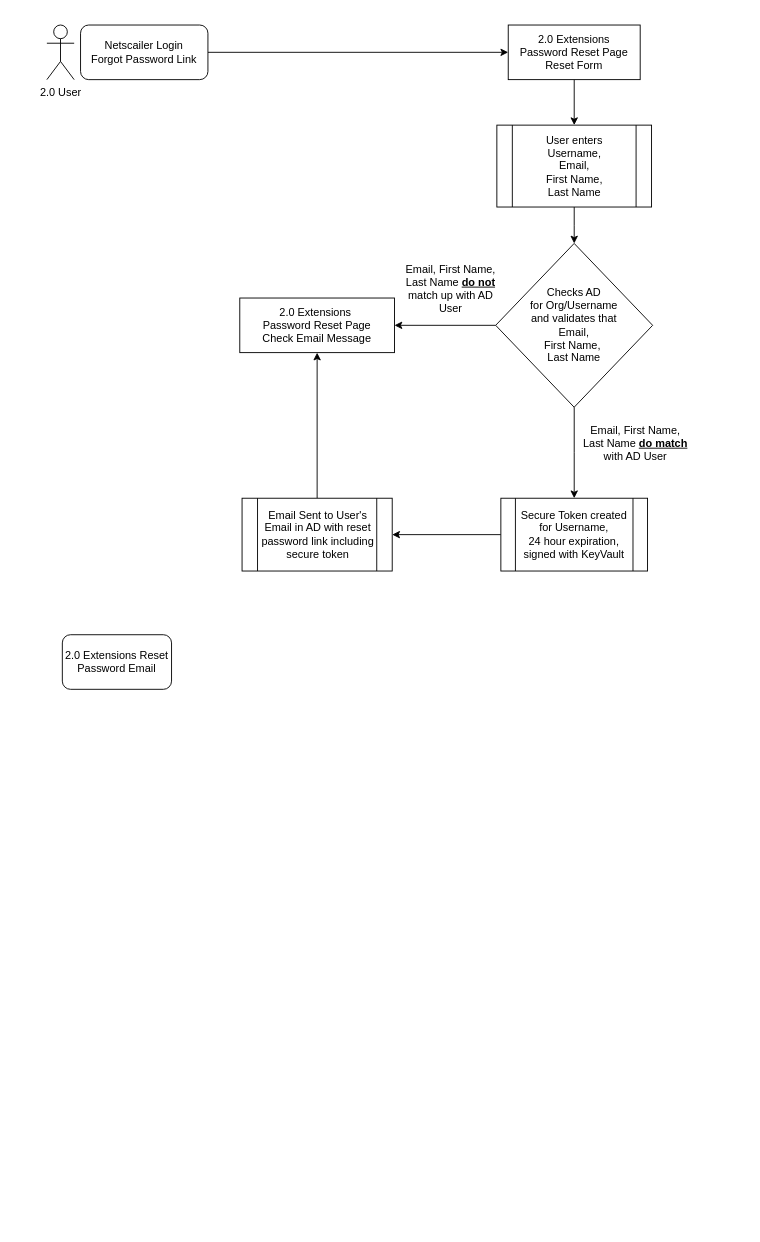
This is Untitled Diagram.drawio from rgmoore/drawio, a draw.io file, before an edit. Source tidied: cells renumbered, new cells numbered last; positions are measured from the earlier drawing's top-left corner, leaving out a move shared by most shapes. Both pictures are drawn from the tidied source at 91%, with x=0, y=0 at pixel (46, 25).
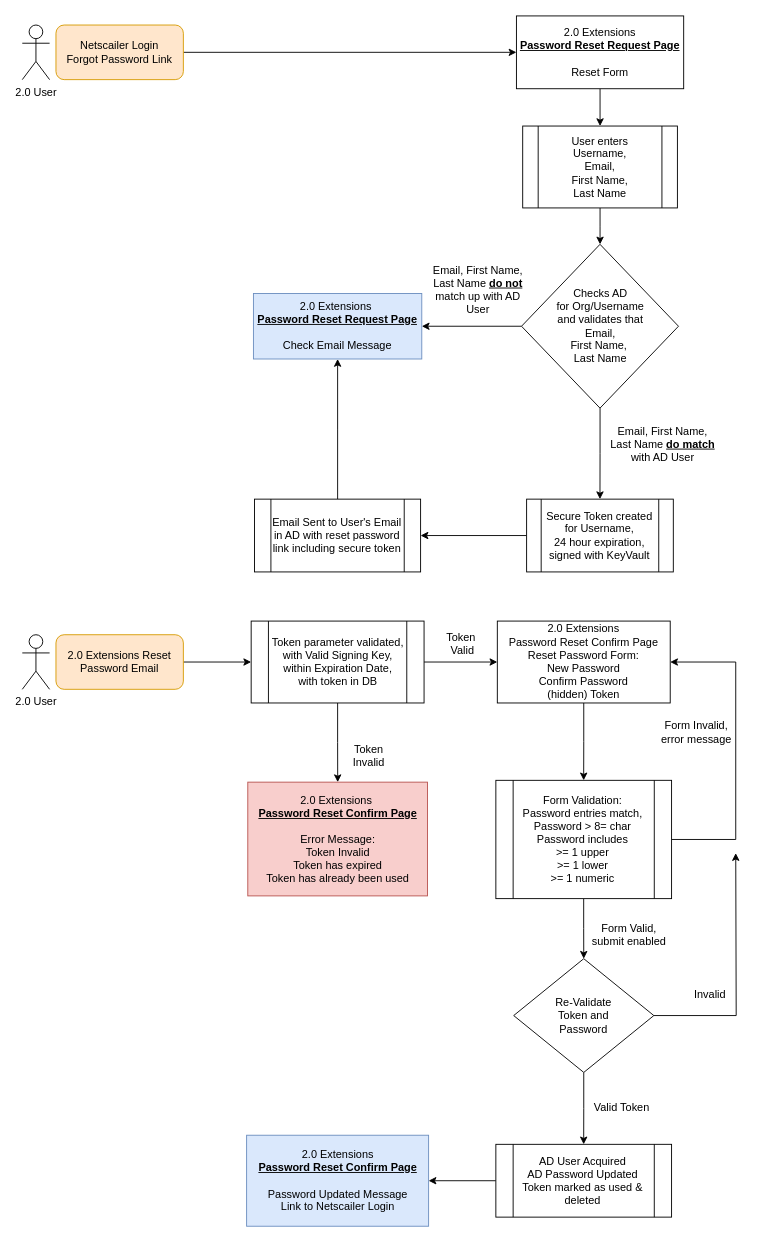
The same page after the edit.

Change to the diagram source:
```diff
@@
-    <mxCell id="3" value="Netscailer Login&lt;br&gt;Forgot Password Link" style="rounded=1;whiteSpace=wrap;html=1;" parent="1" vertex="1">
-      <mxGeometry x="37" width="140" height="60" as="geometry" />
+    <mxCell id="3" value="Netscailer Login&lt;br&gt;Forgot Password Link" style="rounded=1;whiteSpace=wrap;html=1;fillColor=#ffe6cc;strokeColor=#d79b00;" parent="1" vertex="1">
+      <mxGeometry x="10" width="140" height="60" as="geometry" />
     </mxCell>
@@
-    <mxCell id="5" value="2.0 Extensions &lt;br&gt;Password Reset Page&lt;br&gt;Reset Form" style="rounded=0;whiteSpace=wrap;html=1;" parent="1" vertex="1">
-      <mxGeometry x="507" width="145" height="60" as="geometry" />
+    <mxCell id="5" value="2.0 Extensions &lt;br&gt;&lt;b&gt;&lt;u&gt;Password Reset Request Page&lt;br&gt;&lt;/u&gt;&lt;/b&gt;&lt;br&gt;Reset Form" style="rounded=0;whiteSpace=wrap;html=1;" parent="1" vertex="1">
+      <mxGeometry x="516" y="-10" width="183.8" height="80" as="geometry" />
     </mxCell>
@@
     <mxCell id="7" value="User enters &lt;br&gt;Username, &lt;br&gt;Email, &lt;br&gt;First Name, &lt;br&gt;Last Name" style="shape=process;whiteSpace=wrap;html=1;backgroundOutline=1;" parent="1" vertex="1">
-      <mxGeometry x="494.5" y="110" width="170" height="90" as="geometry" />
+      <mxGeometry x="522.9" y="111" width="170" height="90" as="geometry" />
     </mxCell>
@@
     <mxCell id="10" value="Checks AD &lt;br&gt;for Org/Username &lt;br&gt;and validates that &lt;br&gt;Email, &lt;br&gt;First Name,&amp;nbsp;&lt;br&gt;Last Name" style="rhombus;whiteSpace=wrap;html=1;" parent="1" vertex="1">
-      <mxGeometry x="493.2" y="240" width="172.5" height="180" as="geometry" />
+      <mxGeometry x="521.6" y="241" width="172.5" height="180" as="geometry" />
     </mxCell>
     <mxCell id="11" value="2.0 User" style="shape=umlActor;verticalLabelPosition=bottom;labelBackgroundColor=#ffffff;verticalAlign=top;html=1;" parent="1" vertex="1">
-      <mxGeometry width="30" height="60" as="geometry" />
+      <mxGeometry x="-27" width="30" height="60" as="geometry" />
     </mxCell>
-    <mxCell id="12" value="2.0 Extensions&amp;nbsp;&lt;br&gt;Password Reset Page&lt;br&gt;Check Email Message" style="rounded=0;whiteSpace=wrap;html=1;" parent="1" vertex="1">
-      <mxGeometry x="212" y="300" width="170" height="60" as="geometry" />
+    <mxCell id="12" value="2.0 Extensions&amp;nbsp;&lt;br&gt;&lt;b&gt;&lt;u&gt;Password Reset Request Page&lt;br&gt;&lt;/u&gt;&lt;/b&gt;&lt;br&gt;Check Email Message" style="rounded=0;whiteSpace=wrap;html=1;fillColor=#dae8fc;strokeColor=#6c8ebf;" parent="1" vertex="1">
+      <mxGeometry x="227" y="295" width="185" height="72" as="geometry" />
     </mxCell>
@@
     <mxCell id="14" value="Secure Token created for Username,&lt;br&gt;24 hour expiration,&lt;br&gt;signed with KeyVault" style="shape=process;whiteSpace=wrap;html=1;backgroundOutline=1;" parent="1" vertex="1">
-      <mxGeometry x="498.9" y="520" width="161.2" height="80" as="geometry" />
+      <mxGeometry x="527.2" y="521" width="161.2" height="80" as="geometry" />
     </mxCell>
     <mxCell id="15" value="Email, First Name, Last Name &lt;b&gt;&lt;u&gt;do&amp;nbsp;match &lt;/u&gt;&lt;/b&gt;with AD User" style="text;html=1;strokeColor=none;fillColor=none;align=center;verticalAlign=middle;whiteSpace=wrap;rounded=0;" parent="1" vertex="1">
-      <mxGeometry x="587" y="450" width="120" height="20" as="geometry" />
+      <mxGeometry x="617" y="451" width="120" height="20" as="geometry" />
     </mxCell>
     <mxCell id="16" value="Email, First Name, Last Name &lt;b&gt;&lt;u&gt;do not&lt;/u&gt;&lt;/b&gt; match up with AD User" style="text;html=1;strokeColor=none;fillColor=none;align=center;verticalAlign=middle;whiteSpace=wrap;rounded=0;" parent="1" vertex="1">
-      <mxGeometry x="388.9" y="280" width="110" height="20" as="geometry" />
+      <mxGeometry x="418.9" y="281" width="110" height="20" as="geometry" />
     </mxCell>
+    <mxCell id="20" style="edgeStyle=orthogonalEdgeStyle;rounded=0;jettySize=auto;html=1;" parent="1" edge="1" source="17" target="24">
+      <mxGeometry relative="1" as="geometry" />
+    </mxCell>
-    <mxCell id="17" value="2.0 Extensions Reset Password Email" style="rounded=1;whiteSpace=wrap;html=1;" parent="1" vertex="1">
-      <mxGeometry x="17" y="670" width="120" height="60" as="geometry" />
+    <mxCell id="17" value="2.0 Extensions Reset Password Email" style="rounded=1;whiteSpace=wrap;html=1;fillColor=#ffe6cc;strokeColor=#d79b00;" parent="1" vertex="1">
+      <mxGeometry x="10" y="670" width="140" height="60" as="geometry" />
     </mxCell>
@@
     <mxCell id="19" value="Email Sent to User's Email in AD with reset password link including secure token" style="shape=process;whiteSpace=wrap;html=1;backgroundOutline=1;" parent="1" vertex="1">
-      <mxGeometry x="214.5" y="520" width="165" height="80" as="geometry" />
+      <mxGeometry x="228.2" y="521" width="182.5" height="80" as="geometry" />
     </mxCell>
+    <mxCell id="21" value="2.0 User" style="shape=umlActor;verticalLabelPosition=bottom;labelBackgroundColor=#ffffff;verticalAlign=top;html=1;" parent="1" vertex="1">
+      <mxGeometry x="-27" y="670" width="30" height="60" as="geometry" />
+    </mxCell>
+    <mxCell id="22" style="edgeStyle=orthogonalEdgeStyle;rounded=0;jettySize=auto;html=1;" parent="1" edge="1" source="24" target="27">
+      <mxGeometry relative="1" as="geometry" />
+    </mxCell>
+    <mxCell id="23" style="edgeStyle=orthogonalEdgeStyle;rounded=0;jettySize=auto;html=1;entryX=0;entryY=0.5;entryDx=0;entryDy=0;" parent="1" edge="1" source="24" target="26">
+      <mxGeometry relative="1" as="geometry" />
+    </mxCell>
+    <mxCell id="24" value="Token parameter validated,&lt;br&gt;with Valid Signing Key,&lt;br&gt;within Expiration Date,&lt;br&gt;with token in DB" style="shape=process;whiteSpace=wrap;html=1;backgroundOutline=1;" parent="1" vertex="1">
+      <mxGeometry x="224.5" y="655" width="190" height="90" as="geometry" />
+    </mxCell>
+    <mxCell id="25" style="edgeStyle=orthogonalEdgeStyle;rounded=0;jettySize=auto;html=1;" parent="1" edge="1" source="26" target="36">
+      <mxGeometry relative="1" as="geometry" />
+    </mxCell>
+    <mxCell id="26" value="2.0 Extensions&lt;br&gt;Password Reset Confirm Page&lt;br&gt;Reset Password Form:&lt;br&gt;New Password&lt;br&gt;Confirm Password&lt;br&gt;(hidden) Token" style="rounded=0;whiteSpace=wrap;html=1;" parent="1" vertex="1">
+      <mxGeometry x="495" y="655" width="190" height="90" as="geometry" />
+    </mxCell>
+    <mxCell id="27" value="2.0 Extensions&amp;nbsp;&lt;br&gt;&lt;b&gt;&lt;u&gt;Password Reset Confirm Page&lt;br&gt;&lt;/u&gt;&lt;/b&gt;&lt;br&gt;Error Message:&lt;br&gt;Token Invalid&lt;br&gt;Token has expired&lt;br&gt;Token has already been used" style="rounded=0;whiteSpace=wrap;html=1;fillColor=#f8cecc;strokeColor=#b85450;" parent="1" vertex="1">
+      <mxGeometry x="220.8" y="832" width="197.5" height="125" as="geometry" />
+    </mxCell>
+    <mxCell id="28" value="Token Invalid" style="text;html=1;strokeColor=none;fillColor=none;align=center;verticalAlign=middle;whiteSpace=wrap;rounded=0;" parent="1" vertex="1">
+      <mxGeometry x="334" y="793" width="40" height="20" as="geometry" />
+    </mxCell>
+    <mxCell id="29" value="Token&amp;nbsp;&lt;br&gt;Valid" style="text;html=1;strokeColor=none;fillColor=none;align=center;verticalAlign=middle;whiteSpace=wrap;rounded=0;" parent="1" vertex="1">
+      <mxGeometry x="437" y="670" width="40" height="20" as="geometry" />
+    </mxCell>
+    <mxCell id="30" style="edgeStyle=orthogonalEdgeStyle;rounded=0;jettySize=auto;html=1;" parent="1" edge="1" source="42">
+      <mxGeometry relative="1" as="geometry">
+        <mxPoint x="757" y="910" as="targetPoint" />
+      </mxGeometry>
+    </mxCell>
+    <mxCell id="31" style="edgeStyle=orthogonalEdgeStyle;rounded=0;jettySize=auto;html=1;" parent="1" edge="1" source="42" target="33">
+      <mxGeometry relative="1" as="geometry" />
+    </mxCell>
+    <mxCell id="32" style="edgeStyle=orthogonalEdgeStyle;rounded=0;jettySize=auto;html=1;" parent="1" edge="1" source="33" target="41">
+      <mxGeometry relative="1" as="geometry" />
+    </mxCell>
+    <mxCell id="33" value="AD User Acquired&lt;br&gt;AD Password Updated&lt;br&gt;Token marked as used &amp;amp; deleted" style="shape=process;whiteSpace=wrap;html=1;backgroundOutline=1;" parent="1" vertex="1">
+      <mxGeometry x="493.4" y="1230" width="193.1" height="80" as="geometry" />
+    </mxCell>
+    <mxCell id="34" style="edgeStyle=orthogonalEdgeStyle;rounded=0;jettySize=auto;html=1;" parent="1" edge="1" source="36" target="42">
+      <mxGeometry relative="1" as="geometry" />
+    </mxCell>
+    <mxCell id="35" style="edgeStyle=orthogonalEdgeStyle;rounded=0;jettySize=auto;html=1;" parent="1" edge="1" source="36" target="26">
+      <mxGeometry relative="1" as="geometry">
+        <Array as="points">
+          <mxPoint x="757" y="895" />
+          <mxPoint x="757" y="700" />
+        </Array>
+      </mxGeometry>
+    </mxCell>
+    <mxCell id="36" value="Form Validation:&lt;br&gt;Password entries match,&lt;br&gt;Password &amp;gt; 8= char&lt;br&gt;Password includes &lt;br&gt;&amp;gt;= 1 upper &lt;br&gt;&amp;gt;= 1 lower &lt;br&gt;&amp;gt;= 1 numeric" style="shape=process;whiteSpace=wrap;html=1;backgroundOutline=1;" parent="1" vertex="1">
+      <mxGeometry x="493.4" y="830" width="193.1" height="130" as="geometry" />
+    </mxCell>
+    <mxCell id="37" value="Form Valid,&lt;br&gt;submit enabled" style="text;html=1;strokeColor=none;fillColor=none;align=center;verticalAlign=middle;whiteSpace=wrap;rounded=0;" parent="1" vertex="1">
+      <mxGeometry x="595.1" y="990" width="90" height="20" as="geometry" />
+    </mxCell>
+    <mxCell id="38" value="Form Invalid,&lt;br&gt;error message" style="text;html=1;strokeColor=none;fillColor=none;align=center;verticalAlign=middle;whiteSpace=wrap;rounded=0;" parent="1" vertex="1">
+      <mxGeometry x="669" y="767" width="90" height="20" as="geometry" />
+    </mxCell>
+    <mxCell id="39" value="Invalid" style="text;html=1;strokeColor=none;fillColor=none;align=center;verticalAlign=middle;whiteSpace=wrap;rounded=0;" parent="1" vertex="1">
+      <mxGeometry x="709" y="1056" width="40" height="20" as="geometry" />
+    </mxCell>
+    <mxCell id="40" value="Valid Token" style="text;html=1;strokeColor=none;fillColor=none;align=center;verticalAlign=middle;whiteSpace=wrap;rounded=0;" parent="1" vertex="1">
+      <mxGeometry x="597" y="1180" width="70" height="20" as="geometry" />
+    </mxCell>
+    <mxCell id="41" value="2.0 Extensions&lt;br&gt;&lt;b&gt;&lt;u&gt;Password Reset Confirm Page&lt;br&gt;&lt;/u&gt;&lt;/b&gt;&lt;br&gt;Password Updated Message&lt;br&gt;Link to Netscailer Login" style="rounded=0;whiteSpace=wrap;html=1;fillColor=#dae8fc;strokeColor=#6c8ebf;" parent="1" vertex="1">
+      <mxGeometry x="219.5" y="1220" width="200" height="100" as="geometry" />
+    </mxCell>
+    <mxCell id="42" value="&lt;span&gt;Re-Validate&lt;br&gt;&lt;/span&gt;Token and &lt;br&gt;Password" style="rhombus;whiteSpace=wrap;html=1;" parent="1" vertex="1">
+      <mxGeometry x="513" y="1026" width="154" height="125" as="geometry" />
+    </mxCell>
```
